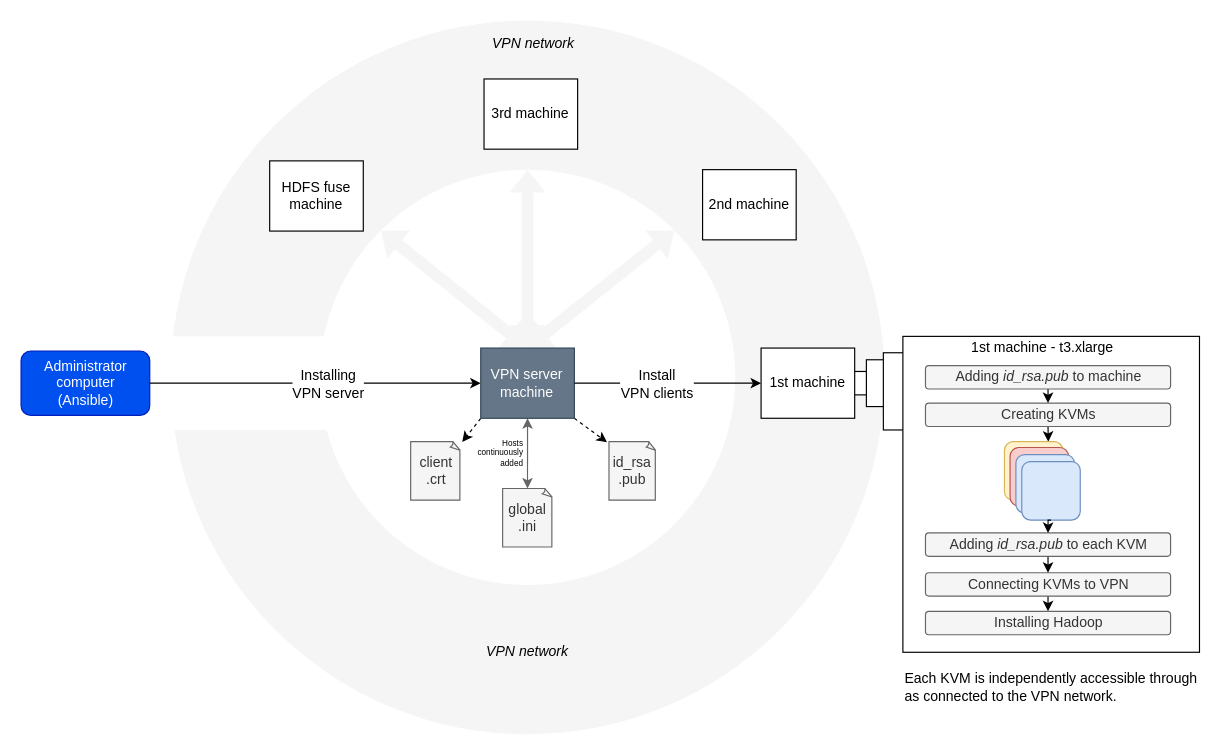
Before: chaining.drawio in flavienbwk/aws-terraform-ansible-kvm-hadoop, a draw.io diagram. Source tidied: cells renumbered, new cells numbered last; positions are measured from the earlier drawing's top-left corner, leaving out a move shared by most shapes. Both pictures are drawn from the tidied source at 117%, with x=0, y=0 at pixel (21, 20).
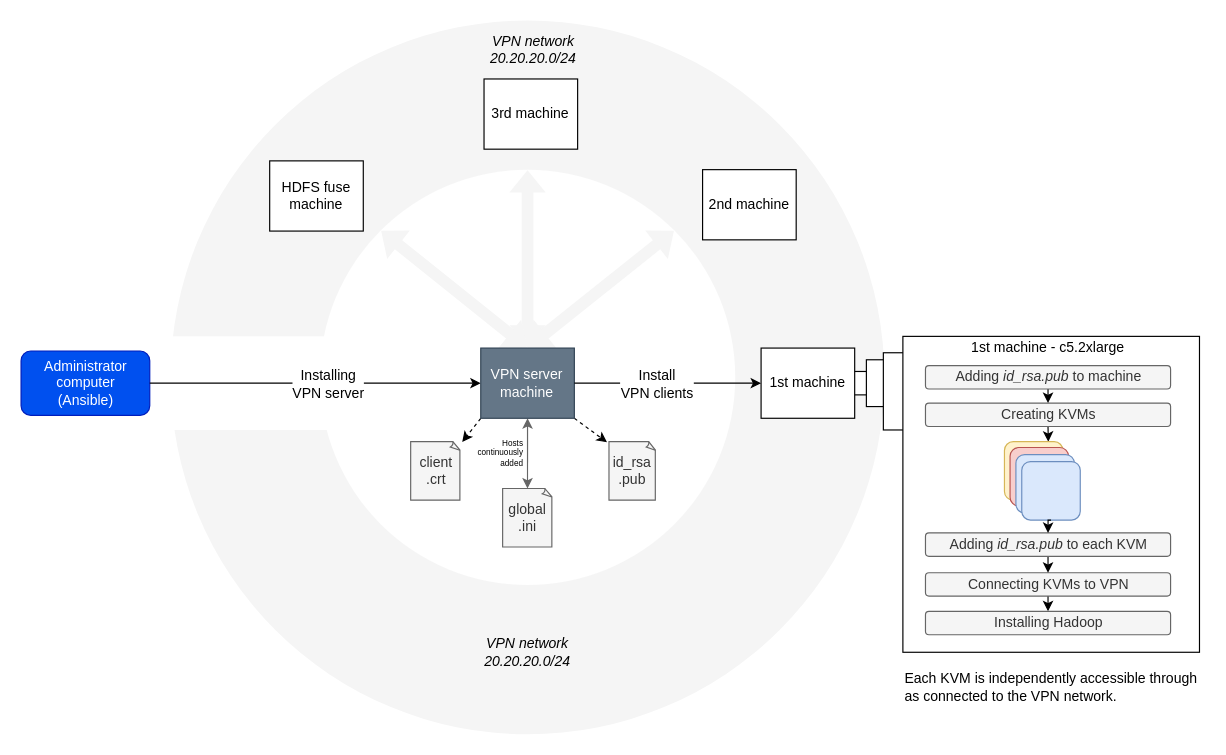
The same page after the edit.

Commit message (it also covers changes not shown here):
Added progress on getting guests IPs from VPN network

The edit, as a diff of the source:
```diff
@@
-    <mxCell id="3" value="&lt;i&gt;VPN network&lt;/i&gt;" style="text;html=1;strokeColor=none;fillColor=none;align=center;verticalAlign=middle;whiteSpace=wrap;rounded=0;shadow=0;dashed=1;" parent="1" vertex="1">
-      <mxGeometry x="396.8" y="10" width="81" height="20" as="geometry" />
+    <mxCell id="3" value="&lt;i&gt;VPN network&lt;br&gt;20.20.20.0/24&lt;br&gt;&lt;/i&gt;" style="text;html=1;strokeColor=none;fillColor=none;align=center;verticalAlign=middle;whiteSpace=wrap;rounded=0;shadow=0;dashed=1;" parent="1" vertex="1">
+      <mxGeometry x="396.8" y="10" width="81" height="30" as="geometry" />
     </mxCell>
@@
-    <mxCell id="18" value="1st machine - t3.xlarge" style="text;html=1;strokeColor=none;fillColor=none;align=left;verticalAlign=middle;whiteSpace=wrap;rounded=0;" parent="1" vertex="1">
+    <mxCell id="18" value="1st machine - c5.2xlarge" style="text;html=1;strokeColor=none;fillColor=none;align=left;verticalAlign=middle;whiteSpace=wrap;rounded=0;" parent="1" vertex="1">
       <mxGeometry x="810" y="270" width="140" height="20" as="geometry" />
     </mxCell>
@@
-    <mxCell id="34" value="&lt;i&gt;VPN network&lt;/i&gt;" style="text;html=1;strokeColor=none;fillColor=none;align=center;verticalAlign=middle;whiteSpace=wrap;rounded=0;shadow=0;dashed=1;" parent="1" vertex="1">
+    <mxCell id="34" value="&lt;i&gt;VPN network&lt;br&gt;20.20.20.0/24&lt;/i&gt;" style="text;html=1;strokeColor=none;fillColor=none;align=center;verticalAlign=middle;whiteSpace=wrap;rounded=0;shadow=0;dashed=1;" parent="1" vertex="1">
       <mxGeometry x="391.9" y="530" width="81" height="20" as="geometry" />
     </mxCell>
```
